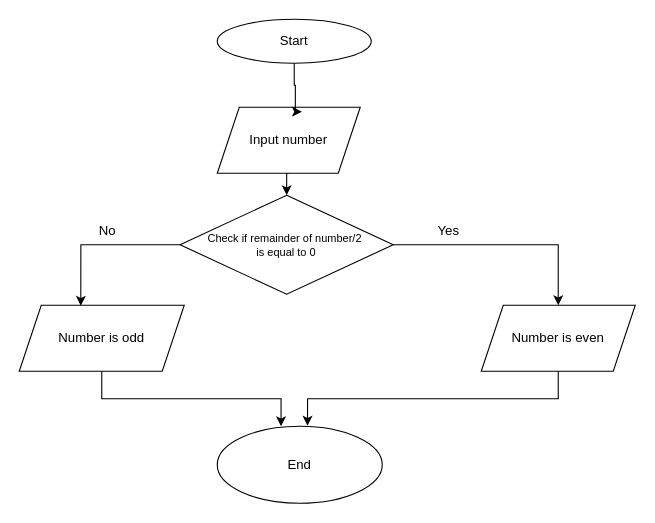
Earlier version of the draw.io diagram Odd Even.drawio (amyra2013/Codingal). Source tidied: cells renumbered, new cells numbered last; positions are measured from the earlier drawing's top-left corner, leaving out a move shared by most shapes. Both pictures are drawn from the tidied source at 110%, with x=0, y=0 at pixel (19, 19).
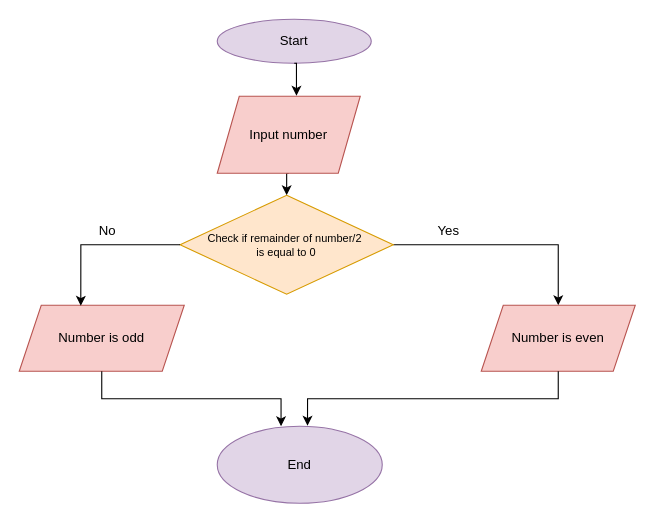
After the change.

Change to the diagram source:
```diff
@@
 <mxGraphModel>
   <root>
     <mxCell id="0" />
     <mxCell id="1" parent="0" />
-    <mxCell id="2" value="Start" style="ellipse;whiteSpace=wrap;html=1;" parent="1" vertex="1">
+    <mxCell id="2" value="Start" style="ellipse;whiteSpace=wrap;html=1;fillColor=#e1d5e7;strokeColor=#9673a6;" parent="1" vertex="1">
       <mxGeometry x="180" width="140" height="40" as="geometry" />
     </mxCell>
     <mxCell id="3" style="edgeStyle=orthogonalEdgeStyle;rounded=0;jettySize=auto;html=1;exitX=0.5;exitY=1;exitDx=0;exitDy=0;entryX=0.5;entryY=0;entryDx=0;entryDy=0;" parent="1" edge="1" source="4" target="7">
       <mxGeometry relative="1" as="geometry" />
     </mxCell>
-    <mxCell id="4" value="Input number" style="shape=parallelogram;perimeter=parallelogramPerimeter;whiteSpace=wrap;html=1;fixedSize=1;" parent="1" vertex="1">
-      <mxGeometry x="180" y="80" width="130" height="60" as="geometry" />
+    <mxCell id="4" value="Input number" style="shape=parallelogram;perimeter=parallelogramPerimeter;whiteSpace=wrap;html=1;fixedSize=1;fillColor=#f8cecc;strokeColor=#b85450;" parent="1" vertex="1">
+      <mxGeometry x="180" y="70" width="130" height="70" as="geometry" />
     </mxCell>
-    <mxCell id="5" style="edgeStyle=orthogonalEdgeStyle;rounded=0;jettySize=auto;html=1;exitX=0.5;exitY=1;exitDx=0;exitDy=0;entryX=0.592;entryY=0.067;entryDx=0;entryDy=0;entryPerimeter=0;" parent="1" edge="1" source="2" target="4">
-      <mxGeometry relative="1" as="geometry">
-        <Array as="points">
-          <mxPoint x="250" y="60" />
-          <mxPoint x="251" y="60" />
-        </Array>
-      </mxGeometry>
-    </mxCell>
     <mxCell id="6" style="edgeStyle=orthogonalEdgeStyle;rounded=0;jettySize=auto;html=1;exitX=1;exitY=0.5;exitDx=0;exitDy=0;entryX=0.5;entryY=0;entryDx=0;entryDy=0;" parent="1" edge="1" source="7" target="8">
       <mxGeometry relative="1" as="geometry" />
     </mxCell>
-    <mxCell id="7" value="&lt;font style=&quot;font-size: 10px;&quot;&gt;Check if remainder of number/2&amp;nbsp;&lt;/font&gt;&lt;div style=&quot;font-size: 10px;&quot;&gt;&lt;font style=&quot;font-size: 10px;&quot;&gt;is equal to 0&lt;/font&gt;&lt;/div&gt;" style="rhombus;whiteSpace=wrap;html=1;" parent="1" vertex="1">
+    <mxCell id="7" value="&lt;font style=&quot;font-size: 10px;&quot;&gt;Check if remainder of number/2&amp;nbsp;&lt;/font&gt;&lt;div style=&quot;font-size: 10px;&quot;&gt;&lt;font style=&quot;font-size: 10px;&quot;&gt;is equal to 0&lt;/font&gt;&lt;/div&gt;" style="rhombus;whiteSpace=wrap;html=1;fillColor=#ffe6cc;strokeColor=#d79b00;" parent="1" vertex="1">
       <mxGeometry x="146.2" y="160" width="193.8" height="90" as="geometry" />
     </mxCell>
-    <mxCell id="8" value="Number is even" style="shape=parallelogram;perimeter=parallelogramPerimeter;whiteSpace=wrap;html=1;fixedSize=1;" parent="1" vertex="1">
+    <mxCell id="8" value="Number is even" style="shape=parallelogram;perimeter=parallelogramPerimeter;whiteSpace=wrap;html=1;fixedSize=1;fillColor=#f8cecc;strokeColor=#b85450;" parent="1" vertex="1">
       <mxGeometry x="420" y="260" width="140" height="60" as="geometry" />
     </mxCell>
     <mxCell id="9" value="Yes" style="text;html=1;align=center;verticalAlign=middle;strokeColor=none;fillColor=none;" parent="1" vertex="1">
       <mxGeometry x="370" y="178" width="40" height="30" as="geometry" />
     </mxCell>
     <mxCell id="10" value="No" style="text;html=1;align=center;verticalAlign=middle;strokeColor=none;fillColor=none;" parent="1" vertex="1">
       <mxGeometry x="59.5" y="178" width="40" height="30" as="geometry" />
     </mxCell>
-    <mxCell id="11" value="Number is odd" style="shape=parallelogram;perimeter=parallelogramPerimeter;whiteSpace=wrap;html=1;fixedSize=1;" parent="1" vertex="1">
+    <mxCell id="11" value="Number is odd" style="shape=parallelogram;perimeter=parallelogramPerimeter;whiteSpace=wrap;html=1;fixedSize=1;fillColor=#f8cecc;strokeColor=#b85450;" parent="1" vertex="1">
       <mxGeometry y="260" width="150" height="60" as="geometry" />
     </mxCell>
     <mxCell id="12" style="edgeStyle=orthogonalEdgeStyle;rounded=0;jettySize=auto;html=1;exitX=0;exitY=0.5;exitDx=0;exitDy=0;entryX=0.373;entryY=0.008;entryDx=0;entryDy=0;entryPerimeter=0;" parent="1" edge="1" source="7" target="11">
       <mxGeometry relative="1" as="geometry" />
     </mxCell>
-    <mxCell id="13" value="End" style="ellipse;whiteSpace=wrap;html=1;gradientColor=none;fillColor=default;" parent="1" vertex="1">
+    <mxCell id="13" value="End" style="ellipse;whiteSpace=wrap;html=1;fillColor=#e1d5e7;strokeColor=#9673a6;" parent="1" vertex="1">
       <mxGeometry x="180" y="370" width="150" height="70" as="geometry" />
     </mxCell>
     <mxCell id="14" style="edgeStyle=orthogonalEdgeStyle;rounded=0;jettySize=auto;html=1;exitX=0.5;exitY=1;exitDx=0;exitDy=0;entryX=0.547;entryY=-0.007;entryDx=0;entryDy=0;entryPerimeter=0;" parent="1" edge="1" source="8" target="13">
       <mxGeometry relative="1" as="geometry" />
     </mxCell>
     <mxCell id="15" style="edgeStyle=orthogonalEdgeStyle;rounded=0;jettySize=auto;html=1;exitX=0.5;exitY=1;exitDx=0;exitDy=0;" parent="1" edge="1" source="11">
       <mxGeometry relative="1" as="geometry">
         <mxPoint x="238" y="370" as="targetPoint" />
         <Array as="points">
           <mxPoint x="75" y="345" />
           <mxPoint x="238" y="345" />
         </Array>
       </mxGeometry>
     </mxCell>
+    <mxCell id="5" style="edgeStyle=orthogonalEdgeStyle;rounded=0;jettySize=auto;html=1;exitX=0.5;exitY=1;exitDx=0;exitDy=0;entryX=0.554;entryY=-0.007;entryDx=0;entryDy=0;entryPerimeter=0;" parent="1" edge="1" source="2" target="4">
+      <mxGeometry relative="1" as="geometry" />
+    </mxCell>
   </root>
 </mxGraphModel>
```
